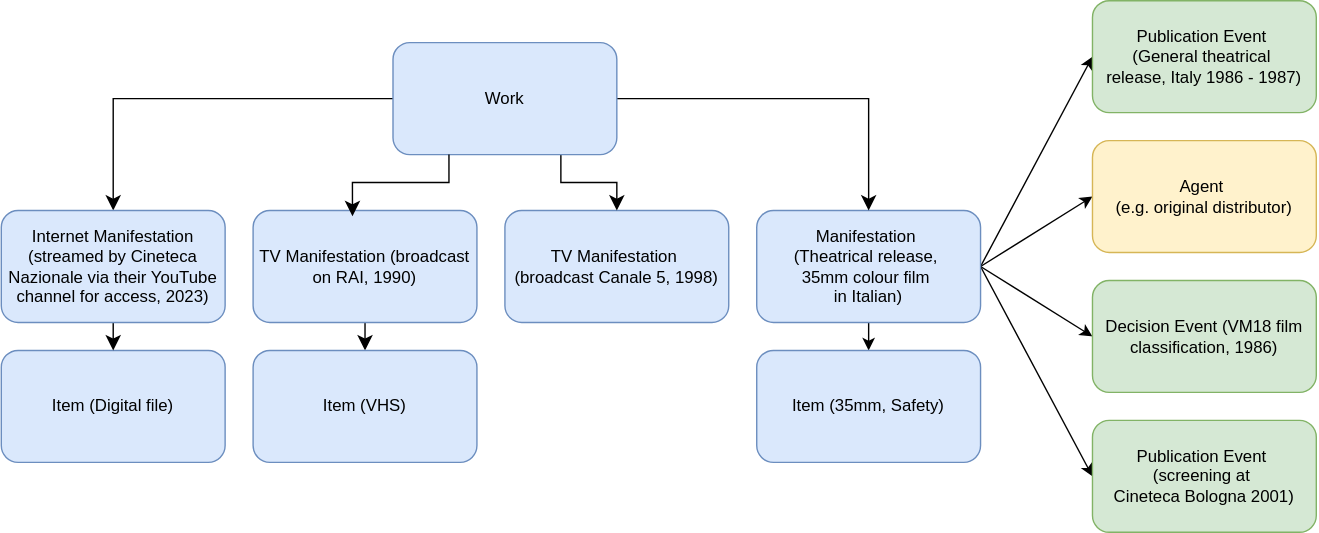
Before: markdown/diagrams/bme_01.drawio.svg, a diagram exported from draw.io (FIAF/fiaf-cataloguing-manual). Source tidied: cells renumbered, new cells last; positions are measured from the earlier drawing's top-left corner, leaving out a move shared by most shapes.
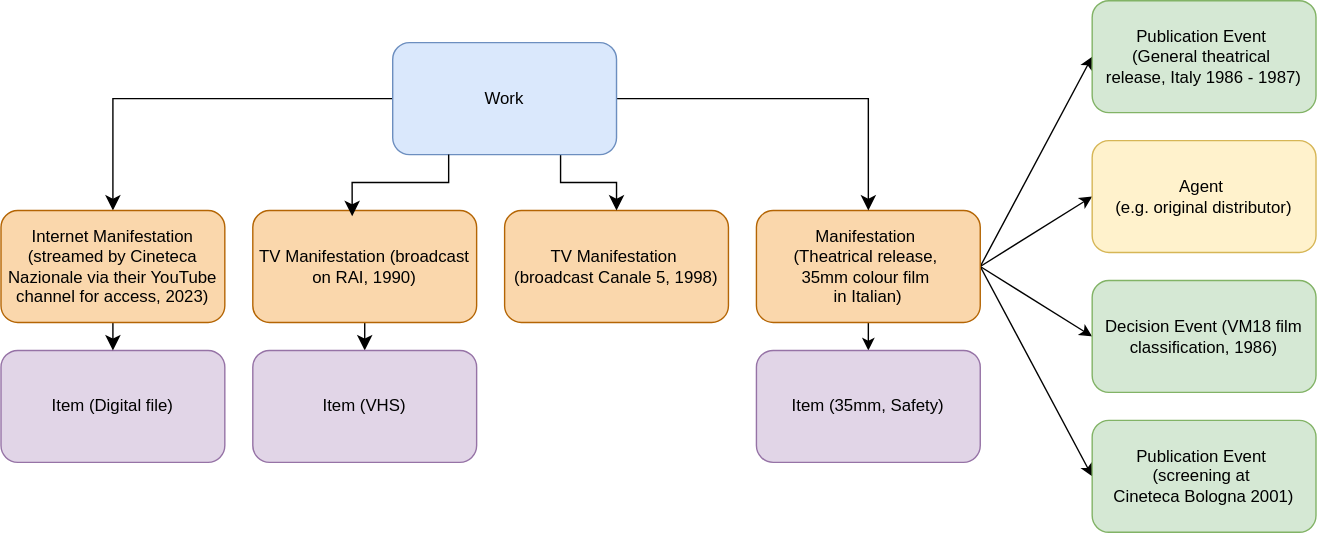
After the commit.

Change to the diagram source:
```diff
@@ -17,7 +17,7 @@
     <mxCell id="6" style="rounded=0;jettySize=auto;html=1;exitX=1;exitY=0.5;exitDx=0;exitDy=0;entryX=0;entryY=0.5;entryDx=0;entryDy=0;" parent="1" edge="1" source="7" target="11">
       <mxGeometry relative="1" as="geometry" />
     </mxCell>
-    <mxCell id="7" value="&lt;div&gt;Manifestation&amp;nbsp;&lt;/div&gt;&lt;div&gt;(Theatrical release,&amp;nbsp;&lt;/div&gt;&lt;div&gt;35mm colour&amp;nbsp;film&amp;nbsp;&lt;/div&gt;&lt;div&gt;in Italian)&lt;/div&gt;" style="rounded=1;whiteSpace=wrap;html=1;fillColor=#dae8fc;strokeColor=#6c8ebf;" parent="1" vertex="1">
+    <mxCell id="7" value="&lt;div&gt;Manifestation&amp;nbsp;&lt;/div&gt;&lt;div&gt;(Theatrical release,&amp;nbsp;&lt;/div&gt;&lt;div&gt;35mm colour&amp;nbsp;film&amp;nbsp;&lt;/div&gt;&lt;div&gt;in Italian)&lt;/div&gt;" style="rounded=1;whiteSpace=wrap;html=1;fillColor=#fad7ac;strokeColor=#b46504;" parent="1" vertex="1">
       <mxGeometry x="540" y="150" width="160" height="80" as="geometry" />
     </mxCell>
     <mxCell id="8" value="&lt;div&gt;Publication Event&amp;nbsp;&lt;/div&gt;&lt;div&gt;(General theatrical&amp;nbsp;&lt;/div&gt;&lt;div&gt;release, Italy 1986 - 1987)&lt;/div&gt;" style="rounded=1;whiteSpace=wrap;html=1;fillColor=#d5e8d4;strokeColor=#82b366;" parent="1" vertex="1">
@@ -32,10 +32,10 @@
     <mxCell id="11" value="&lt;div&gt;Publication Event&amp;nbsp;&lt;/div&gt;&lt;div&gt;(screening at&amp;nbsp;&lt;/div&gt;&lt;div&gt;Cineteca Bologna 2001)&lt;/div&gt;" style="rounded=1;whiteSpace=wrap;html=1;fillColor=#d5e8d4;strokeColor=#82b366;" parent="1" vertex="1">
       <mxGeometry x="780" y="300" width="160" height="80" as="geometry" />
     </mxCell>
-    <mxCell id="12" value="Item (35mm, Safety)" style="rounded=1;whiteSpace=wrap;html=1;fillColor=#dae8fc;strokeColor=#6c8ebf;" parent="1" vertex="1">
+    <mxCell id="12" value="Item (35mm, Safety)" style="rounded=1;whiteSpace=wrap;html=1;fillColor=#e1d5e7;strokeColor=#9673a6;" parent="1" vertex="1">
       <mxGeometry x="540" y="250" width="160" height="80" as="geometry" />
     </mxCell>
-    <mxCell id="13" value="&lt;div&gt;TV Manifestation&amp;nbsp;&lt;/div&gt;&lt;div&gt;(broadcast Canale 5, 1998)&lt;/div&gt;" style="rounded=1;whiteSpace=wrap;html=1;fillColor=#dae8fc;strokeColor=#6c8ebf;" parent="1" vertex="1">
+    <mxCell id="13" value="&lt;div&gt;TV Manifestation&amp;nbsp;&lt;/div&gt;&lt;div&gt;(broadcast Canale 5, 1998)&lt;/div&gt;" style="rounded=1;whiteSpace=wrap;html=1;fillColor=#fad7ac;strokeColor=#b46504;" parent="1" vertex="1">
       <mxGeometry x="360" y="150" width="160" height="80" as="geometry" />
     </mxCell>
     <mxCell id="14" style="edgeStyle=orthogonalEdgeStyle;rounded=0;jettySize=auto;html=1;exitX=1;exitY=0.5;exitDx=0;exitDy=0;entryX=0.5;entryY=0;entryDx=0;entryDy=0;fontSize=12;startSize=8;endSize=8;" parent="1" edge="1" source="17" target="7">
@@ -53,19 +53,19 @@
     <mxCell id="18" style="edgeStyle=none;curved=1;rounded=0;jettySize=auto;html=1;exitX=0.5;exitY=1;exitDx=0;exitDy=0;entryX=0.5;entryY=0;entryDx=0;entryDy=0;fontSize=12;startSize=8;endSize=8;" parent="1" edge="1" source="19" target="20">
       <mxGeometry relative="1" as="geometry" />
     </mxCell>
-    <mxCell id="19" value="TV Manifestation (broadcast on RAI, 1990)" style="rounded=1;whiteSpace=wrap;html=1;fillColor=#dae8fc;strokeColor=#6c8ebf;" parent="1" vertex="1">
+    <mxCell id="19" value="TV Manifestation (broadcast on RAI, 1990)" style="rounded=1;whiteSpace=wrap;html=1;fillColor=#fad7ac;strokeColor=#b46504;" parent="1" vertex="1">
       <mxGeometry x="180" y="150" width="160" height="80" as="geometry" />
     </mxCell>
-    <mxCell id="20" value="Item (VHS)" style="rounded=1;whiteSpace=wrap;html=1;fillColor=#dae8fc;strokeColor=#6c8ebf;" parent="1" vertex="1">
+    <mxCell id="20" value="Item (VHS)" style="rounded=1;whiteSpace=wrap;html=1;fillColor=#e1d5e7;strokeColor=#9673a6;" parent="1" vertex="1">
       <mxGeometry x="180" y="250" width="160" height="80" as="geometry" />
     </mxCell>
-    <mxCell id="21" value="Item (Digital file)" style="rounded=1;whiteSpace=wrap;html=1;fillColor=#dae8fc;strokeColor=#6c8ebf;" parent="1" vertex="1">
+    <mxCell id="21" value="Item (Digital file)" style="rounded=1;whiteSpace=wrap;html=1;fillColor=#e1d5e7;strokeColor=#9673a6;" parent="1" vertex="1">
       <mxGeometry y="250" width="160" height="80" as="geometry" />
     </mxCell>
     <mxCell id="22" style="edgeStyle=none;curved=1;rounded=0;jettySize=auto;html=1;exitX=0.5;exitY=1;exitDx=0;exitDy=0;entryX=0.5;entryY=0;entryDx=0;entryDy=0;fontSize=12;startSize=8;endSize=8;" parent="1" edge="1" source="23" target="21">
       <mxGeometry relative="1" as="geometry" />
     </mxCell>
-    <mxCell id="23" value="Internet Manifestation (streamed by Cineteca Nazionale via their YouTube channel for access, 2023)" style="rounded=1;whiteSpace=wrap;html=1;fillColor=#dae8fc;strokeColor=#6c8ebf;" parent="1" vertex="1">
+    <mxCell id="23" value="Internet Manifestation (streamed by Cineteca Nazionale via their YouTube channel for access, 2023)" style="rounded=1;whiteSpace=wrap;html=1;fillColor=#fad7ac;strokeColor=#b46504;" parent="1" vertex="1">
       <mxGeometry y="150" width="160" height="80" as="geometry" />
     </mxCell>
     <mxCell id="24" style="edgeStyle=orthogonalEdgeStyle;rounded=0;jettySize=auto;html=1;exitX=0.25;exitY=1;exitDx=0;exitDy=0;entryX=0.444;entryY=0.05;entryDx=0;entryDy=0;entryPerimeter=0;fontSize=12;startSize=8;endSize=8;" parent="1" edge="1" source="17" target="19">
```
